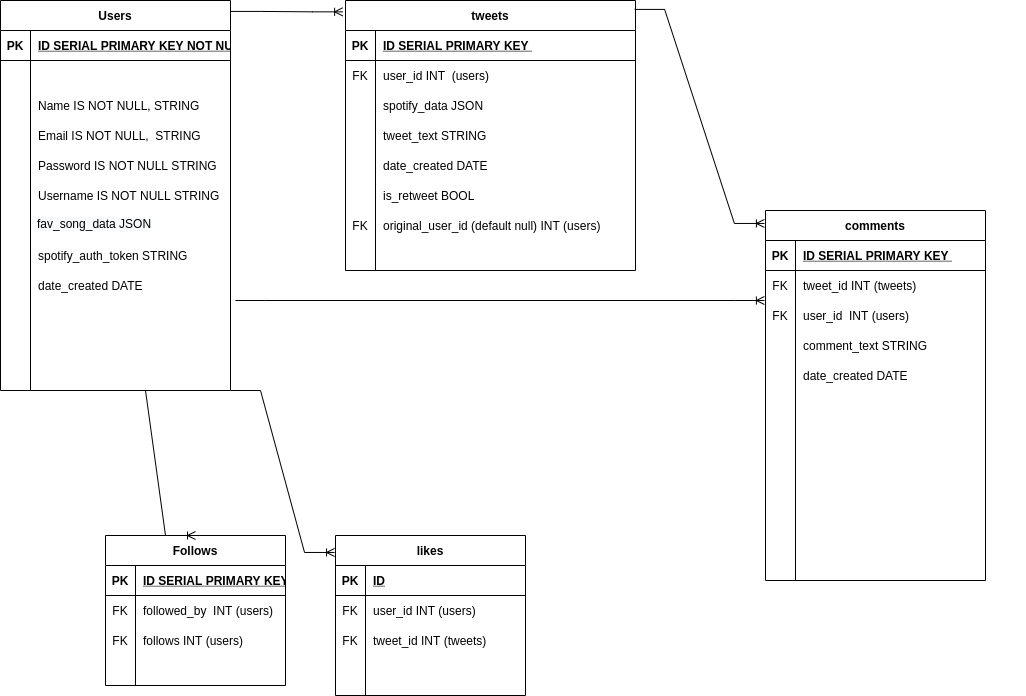
Before: planning/Spotter-ERD.drawio.png, a diagram exported from draw.io (wagabooga/Spotter). Source tidied: cells renumbered, new cells last; positions are measured from the earlier drawing's top-left corner, leaving out a move shared by most shapes.
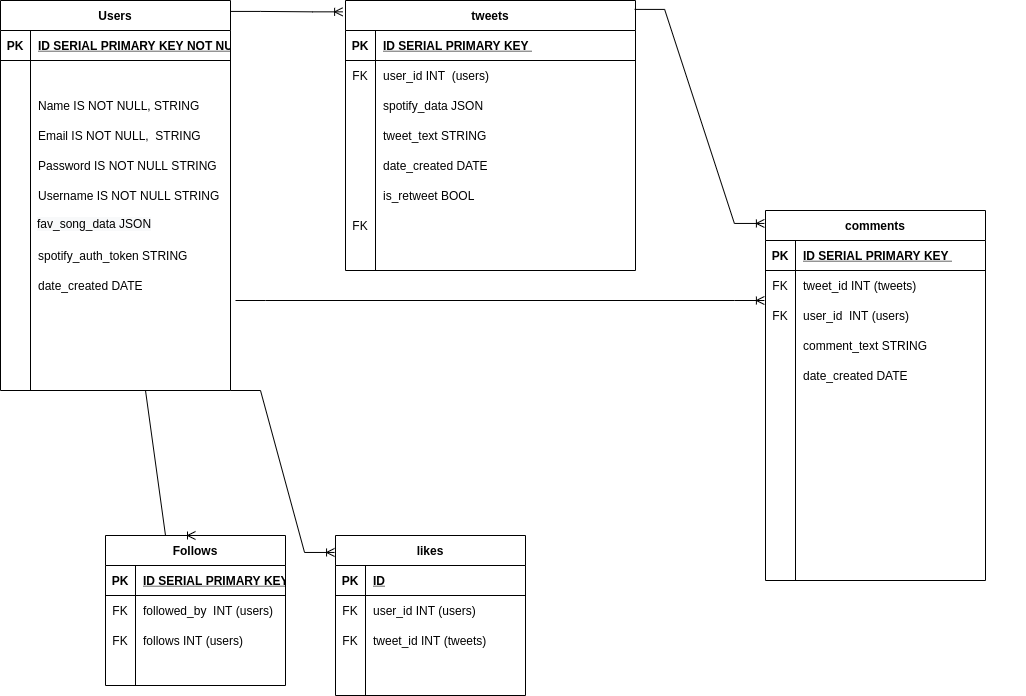
The same file after the commit.

Diff of the diagram source:
```diff
@@ -281,7 +281,7 @@
     <mxCell id="94" value="FK" style="shape=partialRectangle;fillColor=none;top=0;left=0;bottom=0;right=0;overflow=hidden;" parent="93" vertex="1">
       <mxGeometry width="30" height="30" as="geometry" />
     </mxCell>
-    <mxCell id="95" value="original_user_id (default null) INT (users)" style="shape=partialRectangle;fillColor=none;top=0;left=0;bottom=0;right=0;align=left;spacingLeft=6;overflow=hidden;" parent="93" vertex="1">
+    <mxCell id="95" style="shape=partialRectangle;fillColor=none;top=0;left=0;bottom=0;right=0;align=left;spacingLeft=6;overflow=hidden;" parent="93" vertex="1">
       <mxGeometry x="30" width="260" height="30" as="geometry" />
     </mxCell>
     <mxCell id="96" style="shape=partialRectangle;fillColor=none;top=0;left=0;bottom=0;right=0;" parent="74" vertex="1">
```
